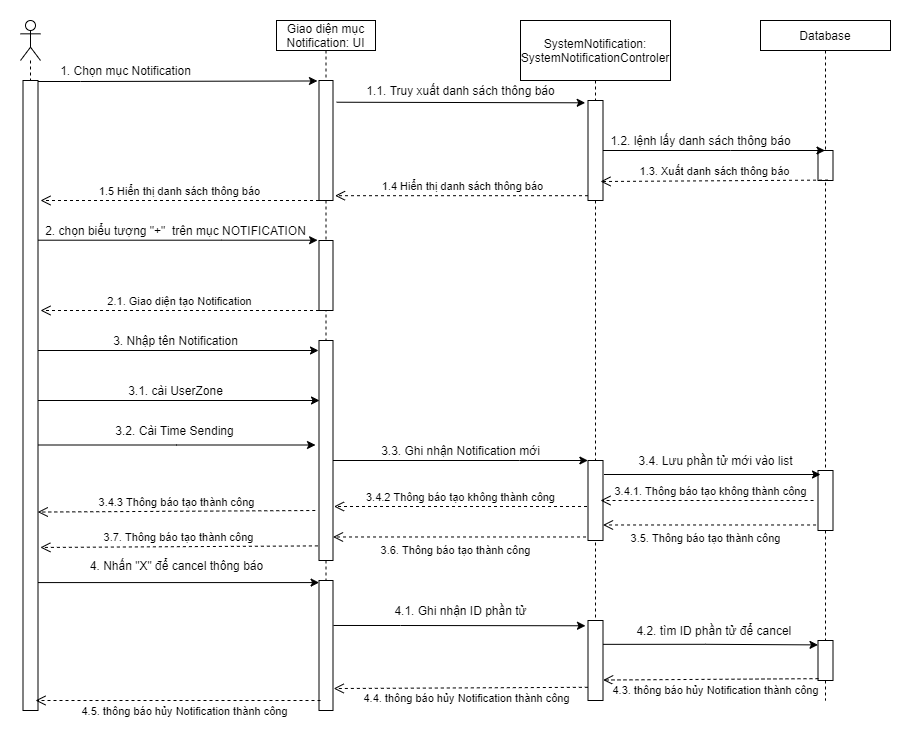
Earlier version of the draw.io export ToDoApp-Doc/Document/Diagram/Sequence Diagram/SystemNotificationManagement/SystemNotificationManagement_SequenceDiagram .png (Merevoli-DatLuu/To-Do-App). Source tidied: cells renumbered, new cells last; positions are measured from the earlier drawing's top-left corner, leaving out a move shared by most shapes. Its diagram source:
```xml
<mxGraphModel>
  <root>
    <mxCell id="0" />
    <mxCell id="1" parent="0" />
    <mxCell id="2" style="shape=umlLifeline;participant=umlActor;perimeter=lifelinePerimeter;whiteSpace=wrap;html=1;verticalAlign=top;spacingTop=36;" parent="1" vertex="1">
      <mxGeometry width="20" height="690" as="geometry" />
    </mxCell>
    <mxCell id="3" style="html=1;points=[];perimeter=orthogonalPerimeter;" parent="2" vertex="1">
      <mxGeometry x="2.5" y="60" width="15" height="630" as="geometry" />
    </mxCell>
    <mxCell id="4" value="Giao diện mục Notification: UI" style="shape=umlLifeline;perimeter=lifelinePerimeter;whiteSpace=wrap;html=1;size=30;" parent="1" vertex="1">
      <mxGeometry x="256" width="99" height="690" as="geometry" />
    </mxCell>
    <mxCell id="5" style="html=1;points=[];perimeter=orthogonalPerimeter;" parent="4" vertex="1">
      <mxGeometry x="42.5" y="60" width="14" height="120" as="geometry" />
    </mxCell>
    <mxCell id="6" style="html=1;points=[];perimeter=orthogonalPerimeter;" parent="4" vertex="1">
      <mxGeometry x="42.5" y="320" width="14" height="220" as="geometry" />
    </mxCell>
    <mxCell id="7" style="html=1;points=[];perimeter=orthogonalPerimeter;" parent="4" vertex="1">
      <mxGeometry x="42.5" y="220" width="14" height="70" as="geometry" />
    </mxCell>
    <mxCell id="8" style="html=1;points=[];perimeter=orthogonalPerimeter;" parent="4" vertex="1">
      <mxGeometry x="42.5" y="560" width="14" height="130" as="geometry" />
    </mxCell>
    <mxCell id="9" value="SystemNotification: SystemNotificationControler" style="shape=umlLifeline;perimeter=lifelinePerimeter;whiteSpace=wrap;html=1;size=60;" parent="1" vertex="1">
      <mxGeometry x="500" width="150" height="680" as="geometry" />
    </mxCell>
    <mxCell id="10" style="html=1;points=[];perimeter=orthogonalPerimeter;" parent="9" vertex="1">
      <mxGeometry x="67.5" y="80" width="15" height="100" as="geometry" />
    </mxCell>
    <mxCell id="11" style="html=1;points=[];perimeter=orthogonalPerimeter;" parent="9" vertex="1">
      <mxGeometry x="67.5" y="440" width="15" height="80" as="geometry" />
    </mxCell>
    <mxCell id="12" style="html=1;points=[];perimeter=orthogonalPerimeter;" parent="9" vertex="1">
      <mxGeometry x="67.5" y="600" width="15" height="80" as="geometry" />
    </mxCell>
    <mxCell id="13" value="Database" style="shape=umlLifeline;perimeter=lifelinePerimeter;whiteSpace=wrap;html=1;outlineConnect=0;size=30;" parent="1" vertex="1">
      <mxGeometry x="740" width="130" height="680" as="geometry" />
    </mxCell>
    <mxCell id="14" style="html=1;points=[];perimeter=orthogonalPerimeter;" parent="13" vertex="1">
      <mxGeometry x="57.5" y="130" width="15" height="30" as="geometry" />
    </mxCell>
    <mxCell id="15" style="html=1;points=[];perimeter=orthogonalPerimeter;" parent="13" vertex="1">
      <mxGeometry x="57.5" y="450" width="15" height="60" as="geometry" />
    </mxCell>
    <mxCell id="16" style="html=1;points=[];perimeter=orthogonalPerimeter;" parent="13" vertex="1">
      <mxGeometry x="57.5" y="620" width="15" height="40" as="geometry" />
    </mxCell>
    <mxCell id="17" style="edgeStyle=orthogonalEdgeStyle;rounded=0;jettySize=auto;html=1;" parent="1" edge="1" source="10" target="13">
      <mxGeometry relative="1" as="geometry">
        <Array as="points">
          <mxPoint x="710" y="130" />
          <mxPoint x="710" y="130" />
        </Array>
      </mxGeometry>
    </mxCell>
    <mxCell id="18" value="1.2. lệnh lấy danh sách thông báo" style="text;html=1;align=center;verticalAlign=middle;" parent="1" vertex="1">
      <mxGeometry x="580" y="110" width="200" height="20" as="geometry" />
    </mxCell>
    <mxCell id="19" style="edgeStyle=orthogonalEdgeStyle;rounded=0;jettySize=auto;html=1;entryX=-0.111;entryY=0.004;entryDx=0;entryDy=0;entryPerimeter=0;" parent="1" edge="1" source="3" target="5">
      <mxGeometry relative="1" as="geometry">
        <Array as="points">
          <mxPoint x="60" y="61" />
          <mxPoint x="60" y="61" />
        </Array>
      </mxGeometry>
    </mxCell>
    <mxCell id="20" value="1. Chọn mục Notification" style="text;html=1;align=center;verticalAlign=middle;" parent="1" vertex="1">
      <mxGeometry x="30" y="40" width="150" height="20" as="geometry" />
    </mxCell>
    <mxCell id="21" value="1.3. Xuất danh sách thông báo" style="html=1;verticalAlign=bottom;endArrow=open;dashed=1;endSize=8;exitX=0.667;exitY=0.986;exitDx=0;exitDy=0;exitPerimeter=0;" parent="1" edge="1" source="14">
      <mxGeometry relative="1" as="geometry">
        <mxPoint x="580" y="161" as="targetPoint" />
      </mxGeometry>
    </mxCell>
    <mxCell id="22" value="1.1. Truy xuất danh sách thông báo" style="text;html=1;align=center;verticalAlign=middle;" parent="1" vertex="1">
      <mxGeometry x="340" y="60" width="200" height="20" as="geometry" />
    </mxCell>
    <mxCell id="23" style="edgeStyle=orthogonalEdgeStyle;rounded=0;jettySize=auto;html=1;entryX=-0.1;entryY=-0.004;entryDx=0;entryDy=0;entryPerimeter=0;" parent="1" edge="1" source="3" target="7">
      <mxGeometry relative="1" as="geometry">
        <Array as="points">
          <mxPoint x="201" y="219" />
        </Array>
      </mxGeometry>
    </mxCell>
    <mxCell id="24" value="2. chọn biểu tượng &quot;+&quot;&amp;nbsp; trên mục NOTIFICATION" style="text;html=1;align=center;verticalAlign=middle;" parent="1" vertex="1">
      <mxGeometry x="15" y="200" width="280" height="20" as="geometry" />
    </mxCell>
    <mxCell id="25" value="2.1. Giao diện tạo Notification" style="html=1;verticalAlign=bottom;endArrow=open;dashed=1;endSize=8;" parent="1" edge="1" source="7">
      <mxGeometry x="0.01" relative="1" as="geometry">
        <mxPoint x="20" y="290" as="targetPoint" />
        <mxPoint x="1" as="offset" />
      </mxGeometry>
    </mxCell>
    <mxCell id="26" style="edgeStyle=orthogonalEdgeStyle;rounded=0;jettySize=auto;html=1;" parent="1" edge="1" source="3">
      <mxGeometry relative="1" as="geometry">
        <mxPoint x="298" y="330" as="targetPoint" />
        <Array as="points">
          <mxPoint x="298" y="330" />
        </Array>
      </mxGeometry>
    </mxCell>
    <mxCell id="27" value="3. Nhập tên Notification" style="text;html=1;align=center;verticalAlign=middle;" parent="1" vertex="1">
      <mxGeometry x="85" y="310" width="140" height="20" as="geometry" />
    </mxCell>
    <mxCell id="28" style="edgeStyle=orthogonalEdgeStyle;rounded=0;jettySize=auto;html=1;" parent="1" edge="1" source="3">
      <mxGeometry relative="1" as="geometry">
        <mxPoint x="299" y="380" as="targetPoint" />
        <Array as="points">
          <mxPoint x="299" y="380" />
        </Array>
      </mxGeometry>
    </mxCell>
    <mxCell id="29" value="3.1. cài UserZone" style="text;html=1;align=center;verticalAlign=middle;" parent="1" vertex="1">
      <mxGeometry x="100" y="360" width="110" height="20" as="geometry" />
    </mxCell>
    <mxCell id="30" style="edgeStyle=orthogonalEdgeStyle;rounded=0;jettySize=auto;html=1;entryX=-0.25;entryY=0.475;entryDx=0;entryDy=0;entryPerimeter=0;" parent="1" edge="1" source="3" target="6">
      <mxGeometry relative="1" as="geometry">
        <Array as="points">
          <mxPoint x="156" y="425" />
        </Array>
      </mxGeometry>
    </mxCell>
    <mxCell id="31" value="3.2. Cài Time Sending" style="text;html=1;align=center;verticalAlign=middle;" parent="1" vertex="1">
      <mxGeometry x="89" y="400" width="130" height="20" as="geometry" />
    </mxCell>
    <mxCell id="32" style="edgeStyle=orthogonalEdgeStyle;rounded=0;jettySize=auto;html=1;entryX=-0.009;entryY=0;entryDx=0;entryDy=0;entryPerimeter=0;" parent="1" edge="1" source="6" target="11">
      <mxGeometry relative="1" as="geometry">
        <Array as="points">
          <mxPoint x="499" y="440" />
          <mxPoint x="499" y="440" />
        </Array>
      </mxGeometry>
    </mxCell>
    <mxCell id="33" value="3.3. Ghi nhận Notification mới" style="text;html=1;align=center;verticalAlign=middle;" parent="1" vertex="1">
      <mxGeometry x="355" y="420" width="170" height="20" as="geometry" />
    </mxCell>
    <mxCell id="34" style="edgeStyle=orthogonalEdgeStyle;rounded=0;orthogonalLoop=1;jettySize=auto;html=1;" parent="1" edge="1">
      <mxGeometry relative="1" as="geometry">
        <mxPoint x="610.5" y="454" as="sourcePoint" />
        <mxPoint x="800" y="454" as="targetPoint" />
        <Array as="points">
          <mxPoint x="583.5" y="454" />
        </Array>
      </mxGeometry>
    </mxCell>
    <mxCell id="35" value="3.4. Lưu phần tử mới vào list" style="text;html=1;align=center;verticalAlign=middle;" parent="1" vertex="1">
      <mxGeometry x="610" y="430" width="170" height="20" as="geometry" />
    </mxCell>
    <mxCell id="36" value="3.5. Thông báo tạo thành công" style="html=1;verticalAlign=bottom;endArrow=open;dashed=1;endSize=8;exitX=-0.13;exitY=0.908;exitDx=0;exitDy=0;exitPerimeter=0;" parent="1" edge="1" source="15" target="11">
      <mxGeometry x="0.04" y="23" relative="1" as="geometry" />
    </mxCell>
    <mxCell id="37" value="3.6. Thông báo tạo thành công" style="html=1;verticalAlign=bottom;endArrow=open;dashed=1;endSize=8;exitX=-0.132;exitY=0.956;exitDx=0;exitDy=0;exitPerimeter=0;" parent="1" edge="1" source="11" target="6">
      <mxGeometry x="0.04" y="23" relative="1" as="geometry" />
    </mxCell>
    <mxCell id="38" value="3.7. Thông báo tạo thành công" style="html=1;verticalAlign=bottom;endArrow=open;dashed=1;endSize=8;entryX=1.157;entryY=0.752;entryDx=0;entryDy=0;entryPerimeter=0;exitX=-0.079;exitY=0.958;exitDx=0;exitDy=0;exitPerimeter=0;" parent="1" edge="1">
      <mxGeometry relative="1" as="geometry">
        <mxPoint x="297.4" y="525.4" as="sourcePoint" />
        <mxPoint x="19.9" y="527" as="targetPoint" />
      </mxGeometry>
    </mxCell>
    <mxCell id="39" style="edgeStyle=orthogonalEdgeStyle;rounded=0;jettySize=auto;html=1;entryX=-0.167;entryY=0.066;entryDx=0;entryDy=0;entryPerimeter=0;exitX=1.033;exitY=0.346;exitDx=0;exitDy=0;exitPerimeter=0;" parent="1" edge="1" source="8" target="12">
      <mxGeometry relative="1" as="geometry">
        <Array as="points">
          <mxPoint x="380" y="605" />
          <mxPoint x="380" y="605" />
        </Array>
      </mxGeometry>
    </mxCell>
    <mxCell id="40" style="endArrow=classic;html=1;entryX=0.008;entryY=0.016;entryDx=0;entryDy=0;entryPerimeter=0;" parent="1" edge="1" source="3" target="8">
      <mxGeometry relative="1" as="geometry" />
    </mxCell>
    <mxCell id="41" value="4. Nhấn &quot;X&quot; để cancel thông báo" style="text;html=1;align=center;verticalAlign=middle;" parent="1" vertex="1">
      <mxGeometry x="61" y="535" width="190" height="20" as="geometry" />
    </mxCell>
    <mxCell id="42" value="4.1. Ghi nhận ID phần tử" style="text;html=1;align=center;verticalAlign=middle;" parent="1" vertex="1">
      <mxGeometry x="365" y="580" width="150" height="20" as="geometry" />
    </mxCell>
    <mxCell id="43" value="4.2. tìm ID phần tử để cancel&amp;nbsp;" style="text;html=1;align=center;verticalAlign=middle;" parent="1" vertex="1">
      <mxGeometry x="610" y="600" width="170" height="20" as="geometry" />
    </mxCell>
    <mxCell id="44" style="edgeStyle=orthogonalEdgeStyle;rounded=0;jettySize=auto;html=1;entryX=0;entryY=0.11;entryDx=0;entryDy=0;entryPerimeter=0;exitX=1.011;exitY=0.298;exitDx=0;exitDy=0;exitPerimeter=0;" parent="1" edge="1" source="12" target="16">
      <mxGeometry relative="1" as="geometry">
        <Array as="points">
          <mxPoint x="685" y="624" />
        </Array>
      </mxGeometry>
    </mxCell>
    <mxCell id="45" value="4.3. thông báo hủy Notification thành công" style="html=1;verticalAlign=bottom;endArrow=open;dashed=1;endSize=8;exitX=0.033;exitY=0.954;exitDx=0;exitDy=0;exitPerimeter=0;entryX=1.011;entryY=0.744;entryDx=0;entryDy=0;entryPerimeter=0;" parent="1" edge="1" source="16" target="12">
      <mxGeometry x="-0.05" y="20" relative="1" as="geometry" />
    </mxCell>
    <mxCell id="46" value="4.4. thông báo hủy Notification thành công" style="html=1;verticalAlign=bottom;endArrow=open;dashed=1;endSize=8;exitX=-0.011;exitY=0.835;exitDx=0;exitDy=0;exitPerimeter=0;entryX=1.05;entryY=0.831;entryDx=0;entryDy=0;entryPerimeter=0;" parent="1" edge="1" source="12" target="8">
      <mxGeometry x="-0.05" y="20" relative="1" as="geometry" />
    </mxCell>
    <mxCell id="47" value="4.5. thông báo hủy Notification thành công" style="html=1;verticalAlign=bottom;endArrow=open;dashed=1;endSize=8;" parent="1" edge="1">
      <mxGeometry x="-0.05" y="20" relative="1" as="geometry">
        <mxPoint x="300" y="680" as="sourcePoint" />
        <mxPoint x="15" y="680" as="targetPoint" />
      </mxGeometry>
    </mxCell>
    <mxCell id="48" style="endArrow=classic;html=1;entryX=-0.186;entryY=0.023;entryDx=0;entryDy=0;entryPerimeter=0;exitX=1.26;exitY=0.181;exitDx=0;exitDy=0;exitPerimeter=0;" parent="1" edge="1" source="5" target="10">
      <mxGeometry relative="1" as="geometry" />
    </mxCell>
    <mxCell id="49" value="1.4 Hiển thị danh sách thông báo" style="html=1;verticalAlign=bottom;endArrow=open;dashed=1;endSize=8;entryX=1.144;entryY=0.96;entryDx=0;entryDy=0;entryPerimeter=0;" parent="1" edge="1" source="10" target="5">
      <mxGeometry relative="1" as="geometry" />
    </mxCell>
    <mxCell id="50" value="1.5 Hiển thị danh sách thông báo" style="html=1;verticalAlign=bottom;endArrow=open;dashed=1;endSize=8;" parent="1" edge="1">
      <mxGeometry x="0.01" relative="1" as="geometry">
        <mxPoint x="298.5" y="180" as="sourcePoint" />
        <mxPoint x="20" y="180" as="targetPoint" />
        <mxPoint x="1" as="offset" />
      </mxGeometry>
    </mxCell>
    <mxCell id="51" value="3.4.1. Thông báo tạo không thành công" style="html=1;verticalAlign=bottom;endArrow=open;dashed=1;endSize=8;exitX=-0.13;exitY=0.908;exitDx=0;exitDy=0;exitPerimeter=0;" parent="1" edge="1">
      <mxGeometry x="-0.03" relative="1" as="geometry">
        <mxPoint x="793.1" y="480" as="sourcePoint" />
        <mxPoint x="580" y="480" as="targetPoint" />
      </mxGeometry>
    </mxCell>
    <mxCell id="52" value="3.4.2 Thông báo tạo không thành công" style="html=1;verticalAlign=bottom;endArrow=open;dashed=1;endSize=8;exitX=-0.132;exitY=0.956;exitDx=0;exitDy=0;exitPerimeter=0;" parent="1" edge="1">
      <mxGeometry relative="1" as="geometry">
        <mxPoint x="566.5" y="486" as="sourcePoint" />
        <mxPoint x="313.5" y="486" as="targetPoint" />
      </mxGeometry>
    </mxCell>
    <mxCell id="53" value="3.4.3 Thông báo tạo thành công" style="html=1;verticalAlign=bottom;endArrow=open;dashed=1;endSize=8;entryX=1.157;entryY=0.752;entryDx=0;entryDy=0;entryPerimeter=0;exitX=-0.079;exitY=0.958;exitDx=0;exitDy=0;exitPerimeter=0;" parent="1" edge="1">
      <mxGeometry relative="1" as="geometry">
        <mxPoint x="294.8" y="490" as="sourcePoint" />
        <mxPoint x="17.2" y="491.6" as="targetPoint" />
      </mxGeometry>
    </mxCell>
  </root>
</mxGraphModel>
```
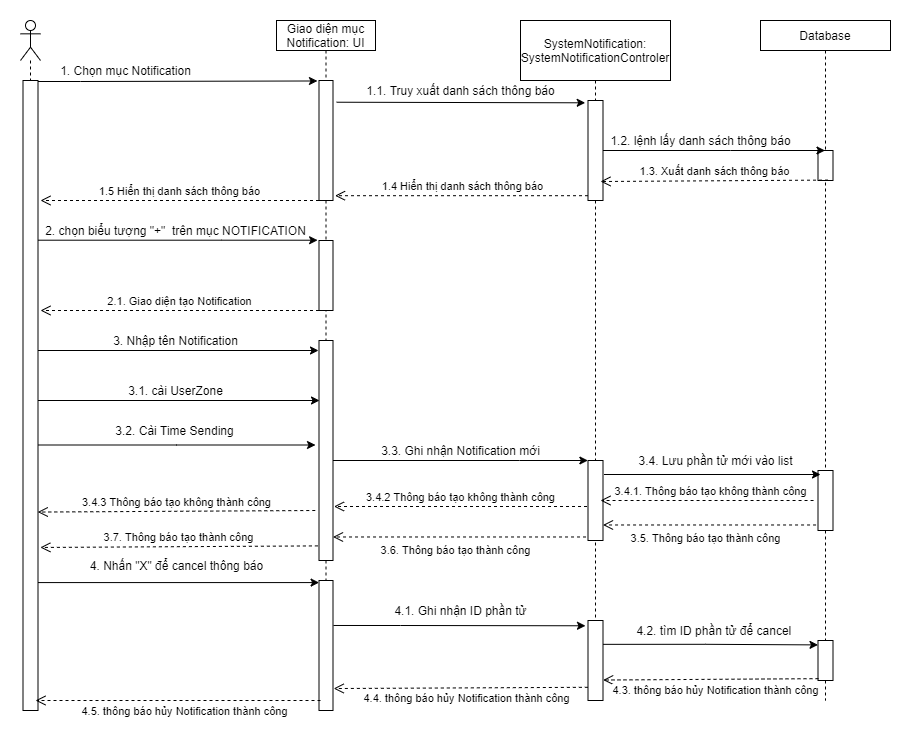
Above is the later version.

Commit message:
[TODO][MODIFIED] UpdateSystemNotificationManagement_SequenceDiagram

The edit, as a diff of the source:
```diff
@@ -224,7 +224,7 @@
         <mxPoint x="313.5" y="486" as="targetPoint" />
       </mxGeometry>
     </mxCell>
-    <mxCell id="53" value="3.4.3 Thông báo tạo thành công" style="html=1;verticalAlign=bottom;endArrow=open;dashed=1;endSize=8;entryX=1.157;entryY=0.752;entryDx=0;entryDy=0;entryPerimeter=0;exitX=-0.079;exitY=0.958;exitDx=0;exitDy=0;exitPerimeter=0;" parent="1" edge="1">
+    <mxCell id="53" value="3.4.3 Thông báo tạo không thành công" style="html=1;verticalAlign=bottom;endArrow=open;dashed=1;endSize=8;entryX=1.157;entryY=0.752;entryDx=0;entryDy=0;entryPerimeter=0;exitX=-0.079;exitY=0.958;exitDx=0;exitDy=0;exitPerimeter=0;" parent="1" edge="1">
       <mxGeometry relative="1" as="geometry">
         <mxPoint x="294.8" y="490" as="sourcePoint" />
         <mxPoint x="17.2" y="491.6" as="targetPoint" />
```
